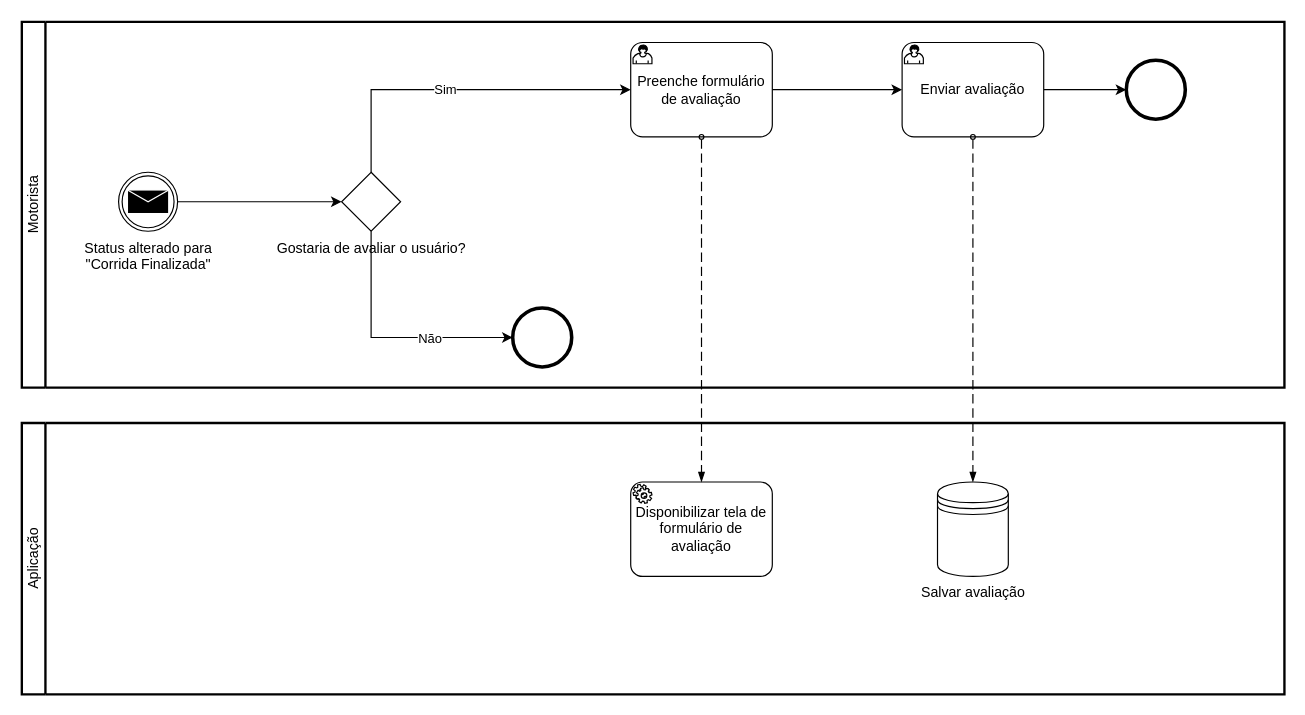
ICEI-PUC-Minas-PMV-ADS/Pet-s-Car keeps this draw.io diagram as page "Avaliações Usuário" (8 of 8) of Untitled Diagram.drawio. Above is the earlier version. Source tidied: cells renumbered, new cells numbered last; positions are measured from the earlier drawing's top-left corner, leaving out a move shared by most shapes. Both pictures are drawn from the tidied source at 118%, with x=0, y=0 at pixel (21, 21).
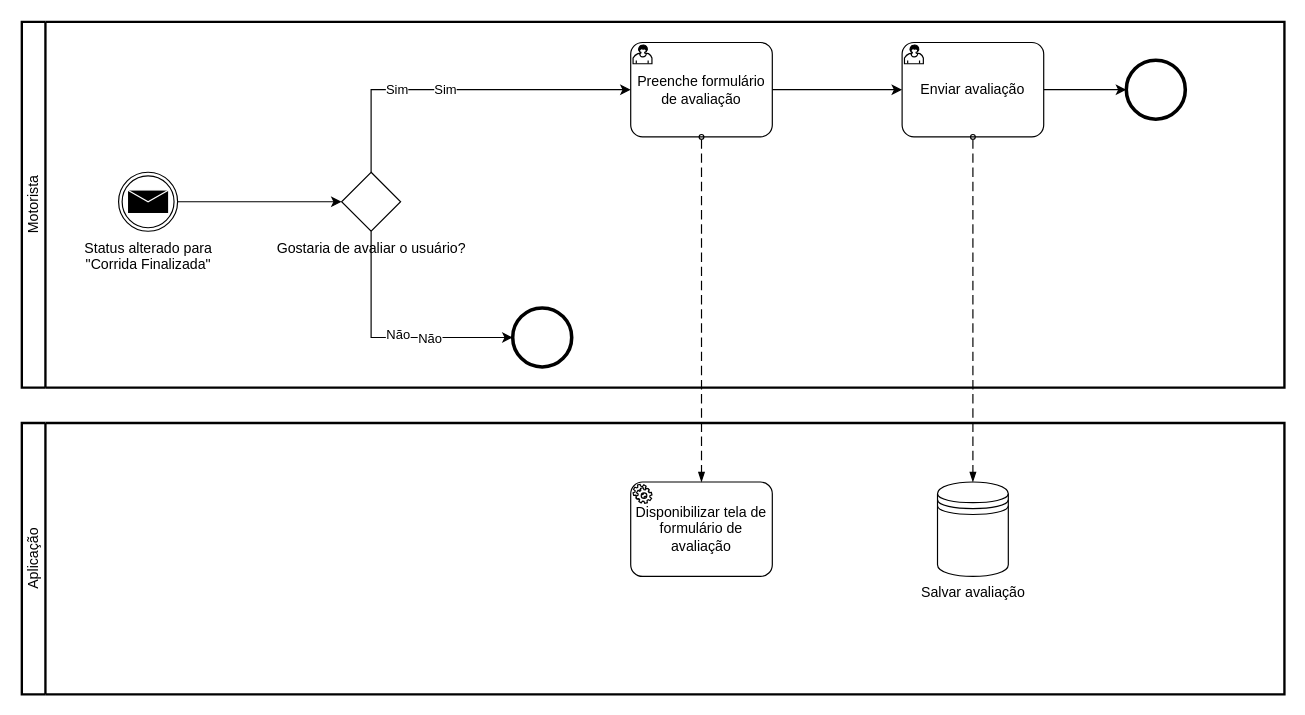
Above is the later version.

The change refers to these unchanged cells:
```xml
<mxCell id="9" style="edgeStyle=orthogonalEdgeStyle;rounded=0;jettySize=auto;html=1;exitX=0.5;exitY=0;exitDx=0;exitDy=0;exitPerimeter=0;entryX=0;entryY=0.5;entryDx=0;entryDy=0;entryPerimeter=0;" parent="5" edge="1" source="6" target="8">
  <mxGeometry relative="1" as="geometry" />
</mxCell>
<mxCell id="12" style="edgeStyle=orthogonalEdgeStyle;rounded=0;jettySize=auto;html=1;exitX=0.5;exitY=1;exitDx=0;exitDy=0;exitPerimeter=0;entryX=0;entryY=0.5;entryDx=0;entryDy=0;entryPerimeter=0;" parent="5" edge="1" source="6" target="11">
  <mxGeometry relative="1" as="geometry" />
</mxCell>
```

Change to the diagram source:
```diff
@@
+    <mxCell id="21" value="Sim" style="edgeLabel;html=1;align=center;verticalAlign=middle;" parent="9" vertex="1">
+      <mxGeometry x="-0.37" relative="1" as="geometry" />
+    </mxCell>
@@
+    <mxCell id="22" value="Não" style="edgeLabel;html=1;align=center;verticalAlign=middle;" parent="12" vertex="1">
+      <mxGeometry x="0.07" y="3" relative="1" as="geometry" />
+    </mxCell>
```
